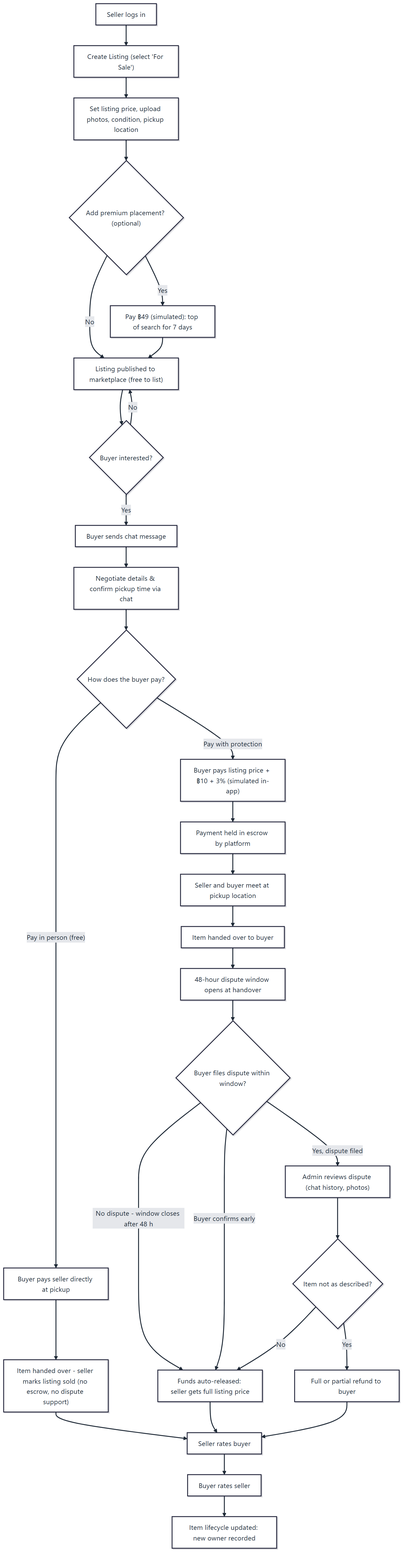
Earlier version of the Mermaid export figures/seller_userflow.png (pcismyname/ait_marketplace). Its source is kept beside it as figures/src/seller_userflow.mmd. Source of this version:
```mermaid
flowchart TD
    A[Seller logs in] --> B["Create Listing (select 'For Sale')"]
    B --> C[Set listing price, upload photos, condition, pickup location]
    C --> D{"Add premium placement? (optional)"}
    D -- "Yes" --> D2["Pay ฿49 (simulated): top of search for 7 days"]
    D -- "No" --> E
    D2 --> E["Listing published to marketplace (free to list)"]
    E --> F{Buyer interested?}
    F -- No --> E
    F -- Yes --> G[Buyer sends chat message]
    G --> H[Negotiate details & confirm pickup time via chat]
    H --> I{How does the buyer pay?}

    I -- "Pay in person (free)" --> J[Buyer pays seller directly at pickup]
    J --> K["Item handed over - seller marks listing sold (no escrow, no dispute support)"]
    K --> S

    I -- "Pay with protection" --> L["Buyer pays listing price + ฿10 + 3% (simulated in-app)"]
    L --> M[Payment held in escrow by platform]
    M --> N[Seller and buyer meet at pickup location]
    N --> O[Item handed over to buyer]
    O --> P["48-hour dispute window opens at handover"]
    P --> Q{Buyer files dispute within window?}
    Q -- "No dispute - window closes after 48 h" --> R["Funds auto-released: seller gets full listing price"]
    Q -- "Buyer confirms early" --> R
    Q -- "Yes, dispute filed" --> T["Admin reviews dispute (chat history, photos)"]
    T --> U{Item not as described?}
    U -- No --> R
    U -- Yes --> V[Full or partial refund to buyer]

    R --> S[Seller rates buyer]
    V --> S
    S --> W[Buyer rates seller]
    W --> X["Item lifecycle updated: new owner recorded"]
```
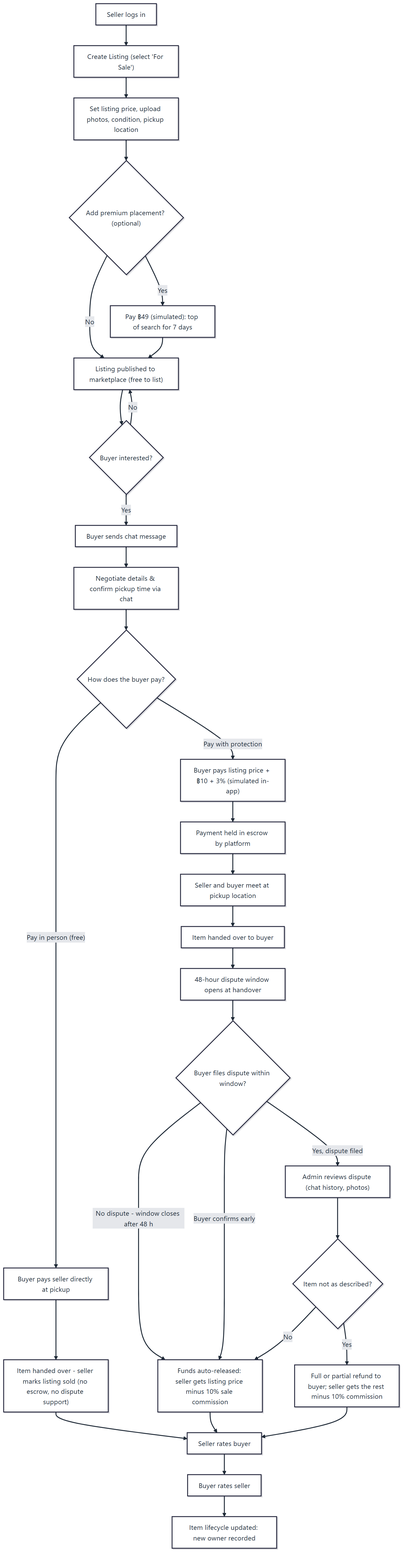
Above is the later version.

Change to the diagram source:
```diff
@@ -21,12 +21,12 @@
     N --> O[Item handed over to buyer]
     O --> P["48-hour dispute window opens at handover"]
     P --> Q{Buyer files dispute within window?}
-    Q -- "No dispute - window closes after 48 h" --> R["Funds auto-released: seller gets full listing price"]
+    Q -- "No dispute - window closes after 48 h" --> R["Funds auto-released: seller gets listing price minus 10% sale commission"]
     Q -- "Buyer confirms early" --> R
     Q -- "Yes, dispute filed" --> T["Admin reviews dispute (chat history, photos)"]
     T --> U{Item not as described?}
     U -- No --> R
-    U -- Yes --> V[Full or partial refund to buyer]
+    U -- Yes --> V["Full or partial refund to buyer; seller gets the rest minus 10% commission"]
 
     R --> S[Seller rates buyer]
     V --> S
```
